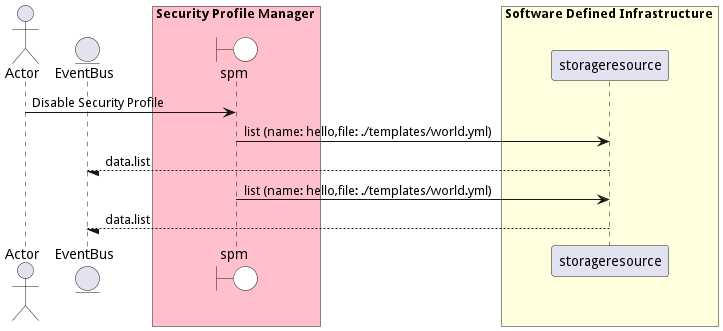
The PlantUML diagram docs/edgemere/sa/spm/usecases/managesecurityprofiles/DisableSecurityProfile.png in madajaju/edgemere, before a commit.
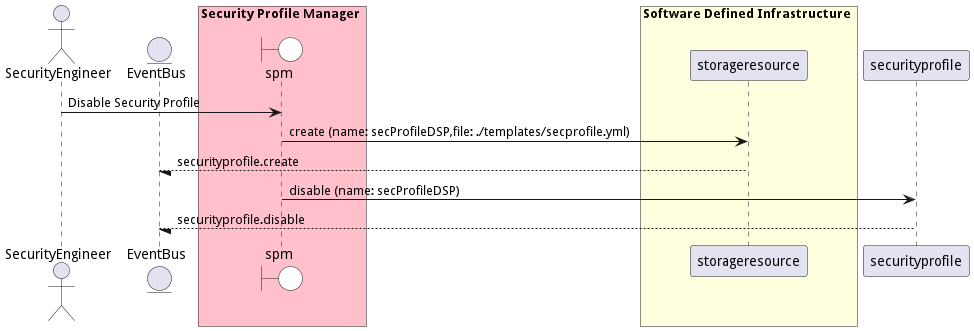
The same diagram one commit later.

What changed in the source:
```diff
@@ -1,6 +1,6 @@
 @startuml
 
-actor "Actor"
+actor "SecurityEngineer"
 
 
 entity EventBus
@@ -14,16 +14,19 @@
             participant storageresource
     end box
 
+box Security Profile Manager #pink
+    end box
 
-"Actor" -> spm: Disable Security Profile
 
-    spm -> "storageresource": list (name: hello,file: ./templates/world.yml)
+"SecurityEngineer" -> spm: Disable Security Profile
 
-    "storageresource" --/ EventBus: data.list
+    spm -> "storageresource": create (name: secProfileDSP,file: ./templates/secprofile.yml)
 
-    spm -> "storageresource": list (name: hello,file: ./templates/world.yml)
+    "storageresource" --/ EventBus: securityprofile.create
 
-    "storageresource" --/ EventBus: data.list
+    spm -> "securityprofile": disable (name: secProfileDSP)
+
+    "securityprofile" --/ EventBus: securityprofile.disable
 
 
 
```
